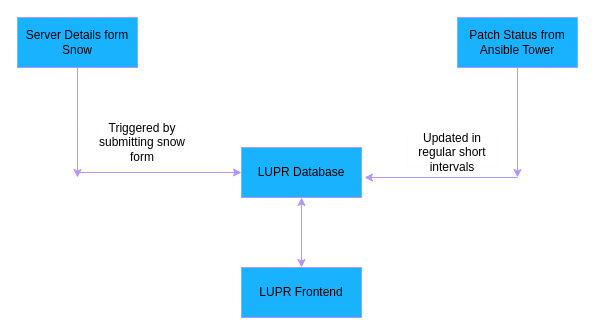
ajaypaulfrancis/ajpaul keeps this draw.io diagram as lupr_high_level.drawio. Above is the earlier version. Source tidied: cells renumbered, new cells numbered last; positions are measured from the earlier drawing's top-left corner, leaving out a move shared by most shapes. Both pictures are drawn from the tidied source at 100%, with x=0, y=0 at pixel (17, 17).
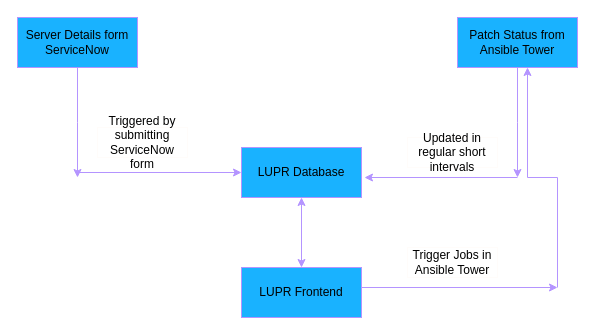
The same diagram, later.

Unchanged cells that the change refers to:
```xml
<mxCell id="6" value="Patch Status from Ansible Tower" style="rounded=0;whiteSpace=wrap;html=1;strokeColor=#B494FF;fillColor=#19B2FF;" parent="1" vertex="1">
  <mxGeometry x="440" width="120" height="50" as="geometry" />
</mxCell>
```

Change to the diagram source:
```diff
@@
-    <mxCell id="3" value="Server Details form Snow" style="rounded=0;whiteSpace=wrap;html=1;strokeColor=#B494FF;fillColor=#19B2FF;" parent="1" vertex="1">
+    <mxCell id="3" value="Server Details form ServiceNow" style="rounded=0;whiteSpace=wrap;html=1;strokeColor=#B494FF;fillColor=#19B2FF;" parent="1" vertex="1">
       <mxGeometry width="120" height="50" as="geometry" />
     </mxCell>
@@
+    <mxCell id="13" style="edgeStyle=orthogonalEdgeStyle;rounded=0;jettySize=auto;html=1;strokeColor=#B494FF;" parent="1" edge="1" target="6">
+      <mxGeometry relative="1" as="geometry">
+        <mxPoint x="540" y="270" as="sourcePoint" />
+        <Array as="points">
+          <mxPoint x="540" y="160" />
+          <mxPoint x="510" y="160" />
+        </Array>
+      </mxGeometry>
+    </mxCell>
@@
-    <mxCell id="11" value="Triggered by submitting snow form" style="text;html=1;strokeColor=#FFFCFA;fillColor=none;align=center;verticalAlign=middle;whiteSpace=wrap;rounded=0;" parent="1" vertex="1">
+    <mxCell id="11" value="Triggered by submitting ServiceNow form" style="text;html=1;strokeColor=#FFFCFA;fillColor=none;align=center;verticalAlign=middle;whiteSpace=wrap;rounded=0;" parent="1" vertex="1">
       <mxGeometry x="80" y="110" width="90" height="30" as="geometry" />
     </mxCell>
@@
+    <mxCell id="14" style="endArrow=classic;html=1;fillColor=#e1d5e7;strokeColor=#B494FF;" parent="1" edge="1">
+      <mxGeometry relative="1" as="geometry">
+        <mxPoint x="344" y="270" as="sourcePoint" />
+        <mxPoint x="540" y="270" as="targetPoint" />
+      </mxGeometry>
+    </mxCell>
+    <mxCell id="15" value="Trigger Jobs in&lt;br&gt;Ansible Tower" style="text;html=1;strokeColor=#FFFCFA;fillColor=none;align=center;verticalAlign=middle;whiteSpace=wrap;rounded=0;" parent="1" vertex="1">
+      <mxGeometry x="390" y="230" width="90" height="30" as="geometry" />
+    </mxCell>
```
